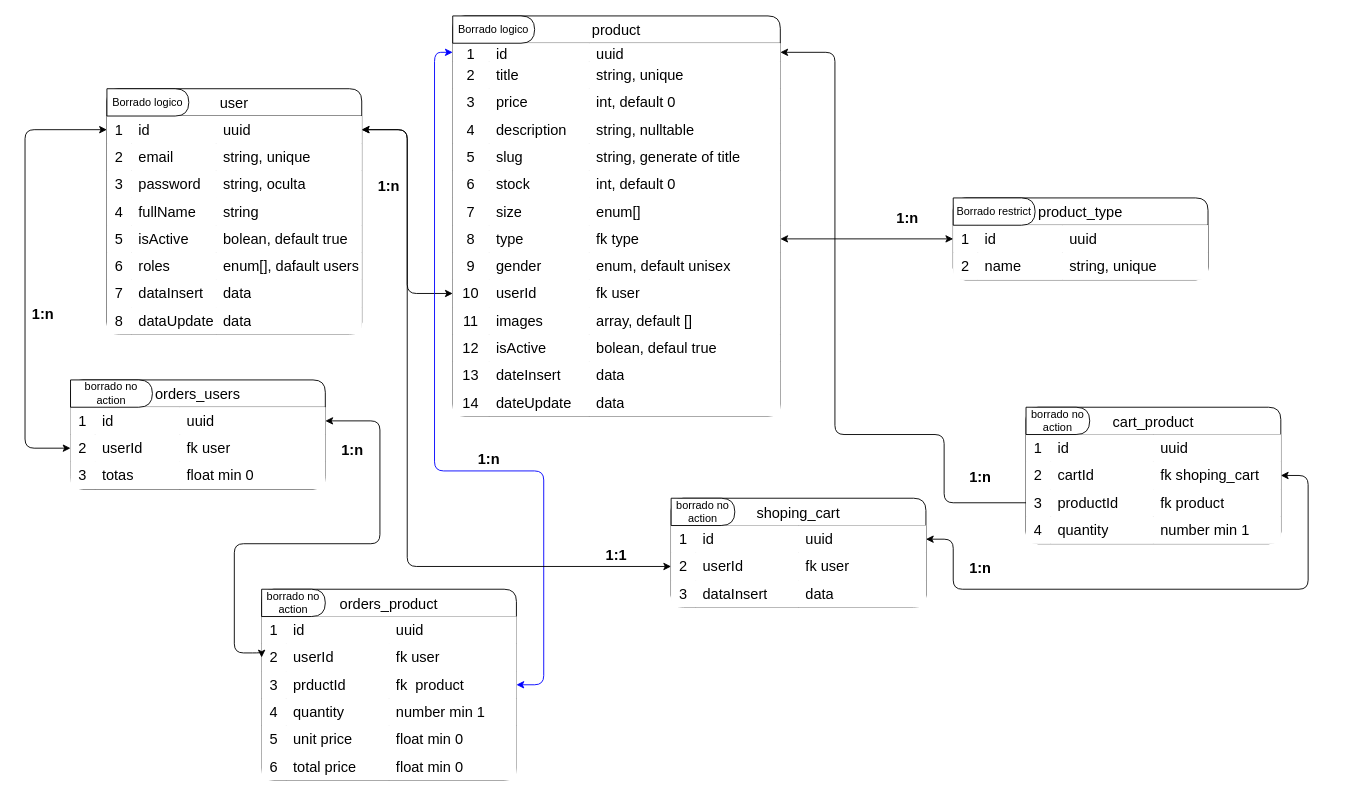
Earlier version of the draw.io diagram schema-db.drawio (ArturoCarrilloJimenez/StyleHub-Backend-Nest). Source tidied: cells renumbered, new cells numbered last; positions are measured from the earlier drawing's top-left corner, leaving out a move shared by most shapes. Both pictures are drawn from the tidied source at 91%, with x=0, y=0 at pixel (15, 15).
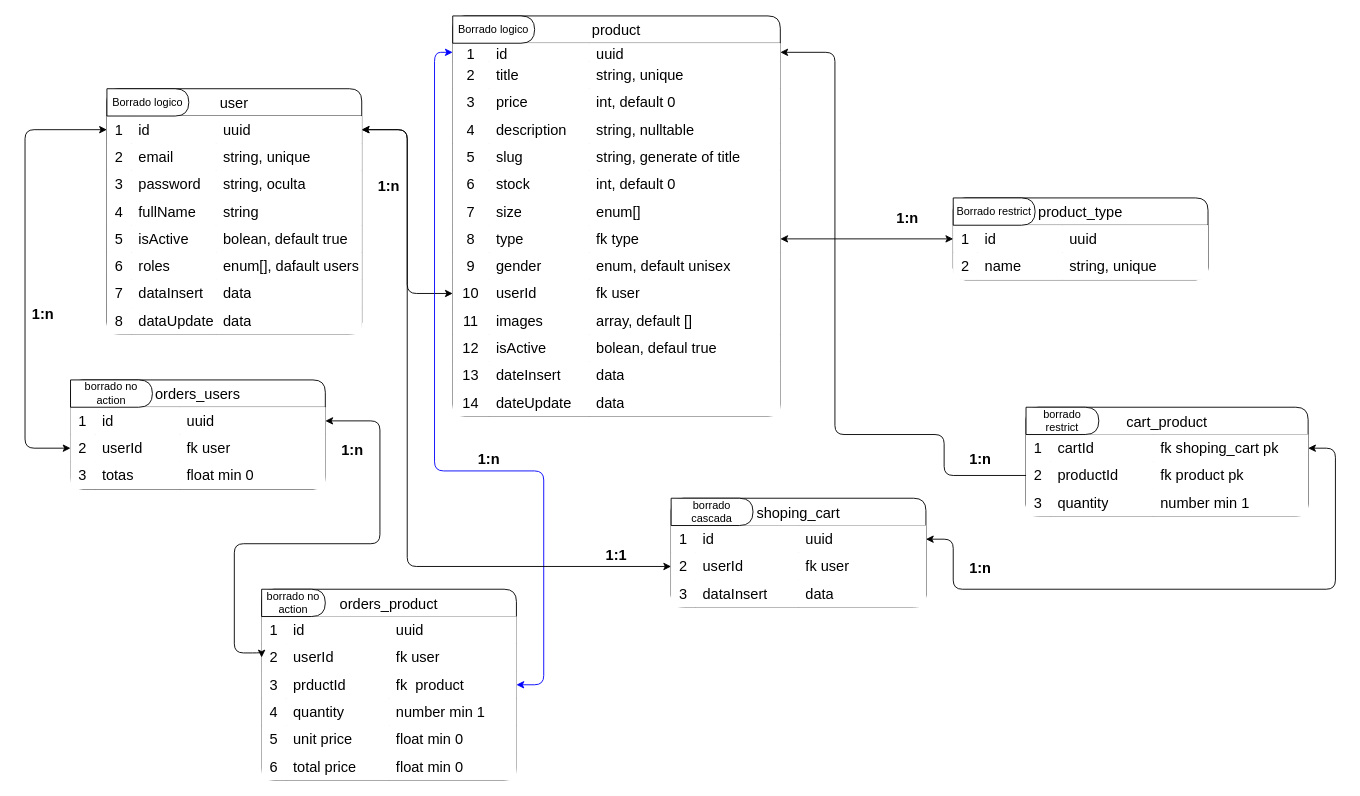
The same page after the edit.

Commit message (it also covers changes not shown here):
add: create and delete cart, entity of cart and cart products

Unchanged cells that the change refers to:
```xml
<mxCell id="3" style="shape=tableRow;horizontal=0;startSize=0;swimlaneHead=0;swimlaneBody=0;top=0;left=0;bottom=0;right=0;points=[[0,0.5],[1,0.5]];portConstraint=eastwest;fontSize=16;rounded=1;" parent="2" vertex="1">
  <mxGeometry y="30" width="360" height="20" as="geometry" />
</mxCell>
<mxCell id="155" style="shape=tableRow;horizontal=0;startSize=0;swimlaneHead=0;swimlaneBody=0;top=0;left=0;bottom=0;right=0;points=[[0,0.5],[1,0.5]];portConstraint=eastwest;fontSize=16;rounded=1;" parent="154" vertex="1">
  <mxGeometry y="30" width="280" height="30" as="geometry" />
</mxCell>
```

What changed in the source:
```diff
@@
-    <mxCell id="169" value="borrado no action" style="shape=delay;whiteSpace=wrap;html=1;" parent="1" vertex="1">
-      <mxGeometry x="720" y="530" width="70" height="30" as="geometry" />
+    <mxCell id="169" value="borrado cascada" style="shape=delay;whiteSpace=wrap;html=1;" parent="1" vertex="1">
+      <mxGeometry x="720" y="530" width="90" height="30" as="geometry" />
     </mxCell>
     <mxCell id="170" value="cart_product" style="shape=table;startSize=30;childLayout=tableLayout;rowLines=0;fontStyle=0;fontSize=16;rounded=1;" parent="1" vertex="1">
-      <mxGeometry x="1110" y="430" width="280" height="150" as="geometry" />
+      <mxGeometry x="1110" y="430" width="310" height="120" as="geometry" />
     </mxCell>
-    <mxCell id="171" style="shape=tableRow;horizontal=0;startSize=0;swimlaneHead=0;swimlaneBody=0;top=0;left=0;bottom=0;right=0;fontSize=16;rounded=1;" parent="170" vertex="1">
-      <mxGeometry y="30" width="280" height="30" as="geometry" />
-    </mxCell>
-    <mxCell id="172" value="1" style="shape=partialRectangle;html=1;whiteSpace=wrap;top=0;left=0;bottom=0;right=0;overflow=hidden;fontSize=16;rounded=1;" parent="171" vertex="1">
-      <mxGeometry width="27" height="30" as="geometry" />
-    </mxCell>
-    <mxCell id="173" value="id" style="shape=partialRectangle;html=1;whiteSpace=wrap;top=0;left=0;bottom=0;right=0;align=left;spacingLeft=6;overflow=hidden;fontSize=16;rounded=1;" parent="171" vertex="1">
-      <mxGeometry x="27" width="113" height="30" as="geometry" />
-    </mxCell>
-    <mxCell id="174" value="uuid" style="shape=partialRectangle;html=1;whiteSpace=wrap;top=0;left=0;bottom=0;right=0;align=left;spacingLeft=6;overflow=hidden;fontSize=16;rounded=1;" parent="171" vertex="1">
-      <mxGeometry x="140" width="140" height="30" as="geometry" />
-    </mxCell>
     <mxCell id="175" style="shape=tableRow;horizontal=0;startSize=0;swimlaneHead=0;swimlaneBody=0;top=0;left=0;bottom=0;right=0;points=[[0,0.5],[1,0.5]];portConstraint=eastwest;fontSize=16;rounded=1;" parent="170" vertex="1">
-      <mxGeometry y="60" width="280" height="30" as="geometry" />
+      <mxGeometry y="30" width="310" height="30" as="geometry" />
     </mxCell>
-    <mxCell id="176" value="2" style="shape=partialRectangle;html=1;whiteSpace=wrap;top=0;left=0;bottom=0;right=0;overflow=hidden;fontSize=16;rounded=1;" parent="175" vertex="1">
+    <mxCell id="176" value="1" style="shape=partialRectangle;html=1;whiteSpace=wrap;top=0;left=0;bottom=0;right=0;overflow=hidden;fontSize=16;rounded=1;" parent="175" vertex="1">
       <mxGeometry width="27" height="30" as="geometry" />
     </mxCell>
@@
-    <mxCell id="178" value="fk shoping_cart" style="shape=partialRectangle;html=1;whiteSpace=wrap;top=0;left=0;bottom=0;right=0;align=left;spacingLeft=6;overflow=hidden;fontSize=16;rounded=1;" parent="175" vertex="1">
-      <mxGeometry x="140" width="140" height="30" as="geometry" />
+    <mxCell id="178" value="fk shoping_cart pk" style="shape=partialRectangle;html=1;whiteSpace=wrap;top=0;left=0;bottom=0;right=0;align=left;spacingLeft=6;overflow=hidden;fontSize=16;rounded=1;" parent="175" vertex="1">
+      <mxGeometry x="140" width="170" height="30" as="geometry" />
     </mxCell>
     <mxCell id="179" style="shape=tableRow;horizontal=0;startSize=0;swimlaneHead=0;swimlaneBody=0;top=0;left=0;bottom=0;right=0;points=[[0,0.5],[1,0.5]];portConstraint=eastwest;fontSize=16;rounded=1;" parent="170" vertex="1">
-      <mxGeometry y="90" width="280" height="30" as="geometry" />
+      <mxGeometry y="60" width="310" height="30" as="geometry" />
     </mxCell>
-    <mxCell id="180" value="3" style="shape=partialRectangle;html=1;whiteSpace=wrap;top=0;left=0;bottom=0;right=0;overflow=hidden;fontSize=16;rounded=1;" parent="179" vertex="1">
+    <mxCell id="180" value="2" style="shape=partialRectangle;html=1;whiteSpace=wrap;top=0;left=0;bottom=0;right=0;overflow=hidden;fontSize=16;rounded=1;" parent="179" vertex="1">
       <mxGeometry width="27" height="30" as="geometry" />
     </mxCell>
@@
-    <mxCell id="182" value="fk product" style="shape=partialRectangle;html=1;whiteSpace=wrap;top=0;left=0;bottom=0;right=0;align=left;spacingLeft=6;overflow=hidden;fontSize=16;rounded=1;" parent="179" vertex="1">
-      <mxGeometry x="140" width="140" height="30" as="geometry" />
+    <mxCell id="182" value="fk product pk" style="shape=partialRectangle;html=1;whiteSpace=wrap;top=0;left=0;bottom=0;right=0;align=left;spacingLeft=6;overflow=hidden;fontSize=16;rounded=1;" parent="179" vertex="1">
+      <mxGeometry x="140" width="170" height="30" as="geometry" />
     </mxCell>
     <mxCell id="183" style="shape=tableRow;horizontal=0;startSize=0;swimlaneHead=0;swimlaneBody=0;top=0;left=0;bottom=0;right=0;fontSize=16;rounded=1;" parent="170" vertex="1">
-      <mxGeometry y="120" width="280" height="30" as="geometry" />
+      <mxGeometry y="90" width="310" height="30" as="geometry" />
     </mxCell>
-    <mxCell id="184" value="4" style="shape=partialRectangle;html=1;whiteSpace=wrap;top=0;left=0;bottom=0;right=0;overflow=hidden;fontSize=16;rounded=1;" parent="183" vertex="1">
+    <mxCell id="184" value="3" style="shape=partialRectangle;html=1;whiteSpace=wrap;top=0;left=0;bottom=0;right=0;overflow=hidden;fontSize=16;rounded=1;" parent="183" vertex="1">
       <mxGeometry width="27" height="30" as="geometry" />
     </mxCell>
@@
     <mxCell id="186" value="&lt;span style=&quot;color: rgb(0, 0, 0);&quot;&gt;number min 1&lt;/span&gt;" style="shape=partialRectangle;html=1;whiteSpace=wrap;top=0;left=0;bottom=0;right=0;align=left;spacingLeft=6;overflow=hidden;fontSize=16;rounded=1;" parent="183" vertex="1">
-      <mxGeometry x="140" width="140" height="30" as="geometry" />
+      <mxGeometry x="140" width="170" height="30" as="geometry" />
     </mxCell>
-    <mxCell id="187" value="borrado no action" style="shape=delay;whiteSpace=wrap;html=1;" parent="1" vertex="1">
-      <mxGeometry x="1110" y="430" width="70" height="30" as="geometry" />
+    <mxCell id="187" value="borrado restrict" style="shape=delay;whiteSpace=wrap;html=1;" parent="1" vertex="1">
+      <mxGeometry x="1110" y="430" width="80" height="30" as="geometry" />
     </mxCell>
     <mxCell id="188" style="edgeStyle=orthogonalEdgeStyle;html=1;exitX=1;exitY=0.5;exitDx=0;exitDy=0;entryX=1;entryY=0.5;entryDx=0;entryDy=0;startArrow=classic;startFill=1;" parent="1" edge="1" source="155" target="175">
       <mxGeometry relative="1" as="geometry">
         <Array as="points">
           <mxPoint x="1030" y="575" />
           <mxPoint x="1030" y="630" />
-          <mxPoint x="1420" y="630" />
-          <mxPoint x="1420" y="505" />
+          <mxPoint x="1450" y="630" />
+          <mxPoint x="1450" y="475" />
         </Array>
       </mxGeometry>
     </mxCell>
@@
     <mxCell id="190" style="edgeStyle=orthogonalEdgeStyle;html=1;exitX=0;exitY=0.5;exitDx=0;exitDy=0;entryX=1;entryY=0.5;entryDx=0;entryDy=0;" parent="1" edge="1" source="179" target="3">
       <mxGeometry relative="1" as="geometry">
         <Array as="points">
-          <mxPoint x="1020" y="535" />
+          <mxPoint x="1020" y="505" />
           <mxPoint x="1020" y="460" />
           <mxPoint x="900" y="460" />
           <mxPoint x="900" y="40" />
         </Array>
       </mxGeometry>
     </mxCell>
     <mxCell id="191" value="&lt;h1&gt;&lt;b&gt;&lt;font style=&quot;font-size: 16px;&quot;&gt;1:n&lt;/font&gt;&lt;/b&gt;&lt;/h1&gt;" style="text;html=1;align=center;verticalAlign=middle;whiteSpace=wrap;rounded=1;strokeWidth=5;" parent="1" vertex="1">
-      <mxGeometry x="1030" y="490" width="60" height="30" as="geometry" />
+      <mxGeometry x="1030" y="470" width="60" height="30" as="geometry" />
     </mxCell>
```
